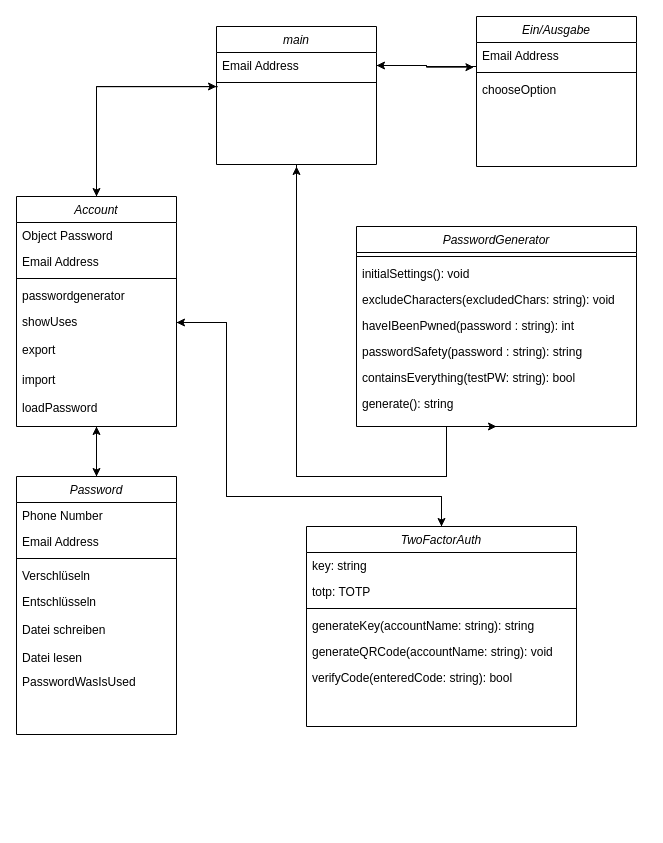
Before: Phython.drawio in DominikKien/PhythonProjekt, a draw.io diagram. Source tidied: cells renumbered, new cells numbered last; positions are measured from the earlier drawing's top-left corner, leaving out a move shared by most shapes. Both pictures are drawn from the tidied source at 100%, with x=0, y=0 at pixel (16, 16).
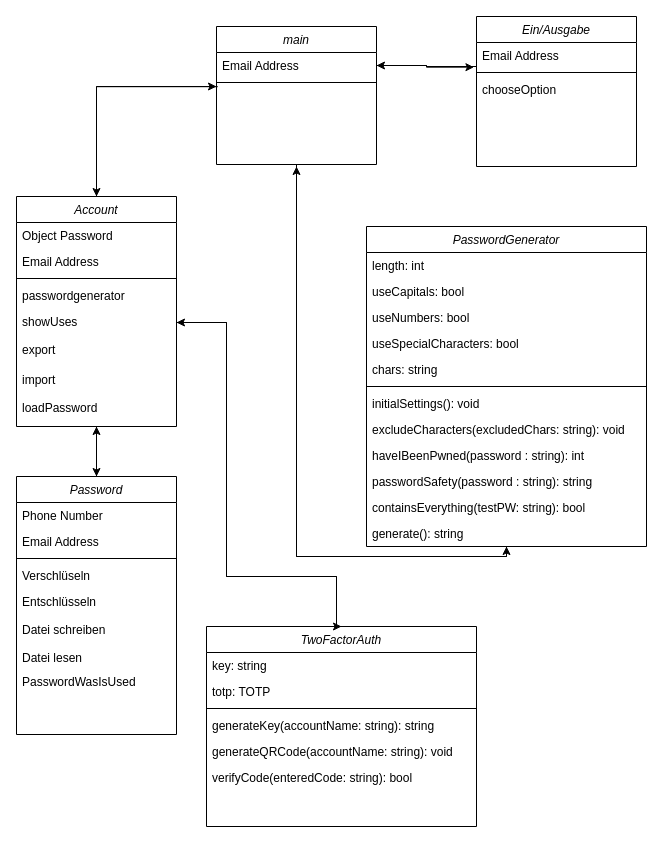
The same page after the edit.

The change refers to these unchanged cells:
```xml
<mxCell id="13" value="main" style="swimlane;fontStyle=2;align=center;verticalAlign=top;horizontal=1;startSize=26;rounded=0;shadow=0;strokeWidth=1;" parent="1" vertex="1">
  <mxGeometry x="200" y="10" width="160" height="138" as="geometry" />
</mxCell>
<mxCell id="32" value="showUses" style="text;align=left;verticalAlign=top;spacingLeft=4;spacingRight=4;overflow=hidden;points=[[0,0.5],[1,0.5]];portConstraint=eastwest;" parent="27" vertex="1">
  <mxGeometry y="112" width="160" height="28" as="geometry" />
</mxCell>
```

The edit, as a diff of the source:
```diff
@@
     <mxCell id="12" style="edgeStyle=orthogonalEdgeStyle;rounded=0;jettySize=auto;html=1;entryX=0.5;entryY=1;entryDx=0;entryDy=0;" parent="1" edge="1" source="13" target="17">
       <mxGeometry relative="1" as="geometry">
         <Array as="points">
-          <mxPoint x="280" y="460" />
-          <mxPoint x="430" y="460" />
-          <mxPoint x="430" y="410" />
+          <mxPoint x="280" y="540" />
+          <mxPoint x="490" y="540" />
         </Array>
       </mxGeometry>
     </mxCell>
@@
     <mxCell id="16" style="edgeStyle=orthogonalEdgeStyle;rounded=0;jettySize=auto;html=1;" parent="1" edge="1" source="17">
       <mxGeometry relative="1" as="geometry">
         <mxPoint x="280" y="150" as="targetPoint" />
         <Array as="points">
-          <mxPoint x="430" y="460" />
-          <mxPoint x="280" y="460" />
+          <mxPoint x="490" y="540" />
+          <mxPoint x="280" y="540" />
         </Array>
       </mxGeometry>
     </mxCell>
     <mxCell id="17" value="PasswordGenerator" style="swimlane;fontStyle=2;align=center;verticalAlign=top;horizontal=1;startSize=26;rounded=0;shadow=0;strokeWidth=1;" parent="1" vertex="1">
-      <mxGeometry x="340" y="210" width="280" height="200" as="geometry" />
+      <mxGeometry x="350" y="210" width="280" height="320" as="geometry" />
     </mxCell>
+    <mxCell id="52" value="length: int" style="text;align=left;verticalAlign=top;spacingLeft=4;spacingRight=4;overflow=hidden;" parent="17" vertex="1">
+      <mxGeometry y="26" width="280" height="26" as="geometry" />
+    </mxCell>
+    <mxCell id="53" value="useCapitals: bool" style="text;align=left;verticalAlign=top;spacingLeft=4;spacingRight=4;overflow=hidden;" parent="17" vertex="1">
+      <mxGeometry y="52" width="280" height="26" as="geometry" />
+    </mxCell>
+    <mxCell id="54" value="useNumbers: bool" style="text;align=left;verticalAlign=top;spacingLeft=4;spacingRight=4;overflow=hidden;" parent="17" vertex="1">
+      <mxGeometry y="78" width="280" height="26" as="geometry" />
+    </mxCell>
+    <mxCell id="55" value="useSpecialCharacters: bool" style="text;align=left;verticalAlign=top;spacingLeft=4;spacingRight=4;overflow=hidden;" parent="17" vertex="1">
+      <mxGeometry y="104" width="280" height="26" as="geometry" />
+    </mxCell>
+    <mxCell id="56" value="chars: string" style="text;align=left;verticalAlign=top;spacingLeft=4;spacingRight=4;overflow=hidden;" parent="17" vertex="1">
+      <mxGeometry y="130" width="280" height="26" as="geometry" />
+    </mxCell>
     <mxCell id="18" style="line;html=1;strokeWidth=1;align=left;verticalAlign=middle;spacingTop=-1;spacingLeft=3;spacingRight=3;labelPosition=right;" parent="17" vertex="1">
-      <mxGeometry y="26" width="280" height="8" as="geometry" />
+      <mxGeometry y="156" width="280" height="8" as="geometry" />
     </mxCell>
     <mxCell id="19" value="initialSettings(): void" style="text;align=left;verticalAlign=top;spacingLeft=4;spacingRight=4;overflow=hidden;" parent="17" vertex="1">
-      <mxGeometry y="34" width="280" height="26" as="geometry" />
+      <mxGeometry y="164" width="280" height="26" as="geometry" />
     </mxCell>
     <mxCell id="20" value="excludeCharacters(excludedChars: string): void" style="text;align=left;verticalAlign=top;spacingLeft=4;spacingRight=4;overflow=hidden;" parent="17" vertex="1">
-      <mxGeometry y="60" width="280" height="26" as="geometry" />
+      <mxGeometry y="190" width="280" height="26" as="geometry" />
     </mxCell>
     <mxCell id="21" value="haveIBeenPwned(password : string): int" style="text;align=left;verticalAlign=top;spacingLeft=4;spacingRight=4;overflow=hidden;" parent="17" vertex="1">
-      <mxGeometry y="86" width="280" height="26" as="geometry" />
+      <mxGeometry y="216" width="280" height="26" as="geometry" />
     </mxCell>
     <mxCell id="22" value="passwordSafety(password : string): string" style="text;align=left;verticalAlign=top;spacingLeft=4;spacingRight=4;overflow=hidden;" parent="17" vertex="1">
-      <mxGeometry y="112" width="280" height="26" as="geometry" />
+      <mxGeometry y="242" width="280" height="26" as="geometry" />
     </mxCell>
     <mxCell id="23" value="containsEverything(testPW: string): bool" style="text;align=left;verticalAlign=top;spacingLeft=4;spacingRight=4;overflow=hidden;" parent="17" vertex="1">
-      <mxGeometry y="138" width="280" height="26" as="geometry" />
+      <mxGeometry y="268" width="280" height="26" as="geometry" />
     </mxCell>
     <mxCell id="24" value="generate(): string" style="text;align=left;verticalAlign=top;spacingLeft=4;spacingRight=4;overflow=hidden;" parent="17" vertex="1">
-      <mxGeometry y="164" width="280" height="26" as="geometry" />
+      <mxGeometry y="294" width="280" height="26" as="geometry" />
     </mxCell>
@@
     <mxCell id="43" style="edgeStyle=orthogonalEdgeStyle;rounded=0;jettySize=auto;html=1;exitX=0.5;exitY=0;exitDx=0;exitDy=0;entryX=1;entryY=0.5;entryDx=0;entryDy=0;" parent="1" edge="1" source="44" target="32">
       <mxGeometry relative="1" as="geometry">
         <Array as="points">
-          <mxPoint x="425" y="480" />
-          <mxPoint x="210" y="480" />
+          <mxPoint x="320" y="610" />
+          <mxPoint x="320" y="560" />
+          <mxPoint x="210" y="560" />
           <mxPoint x="210" y="306" />
         </Array>
       </mxGeometry>
     </mxCell>
     <mxCell id="44" value="TwoFactorAuth" style="swimlane;fontStyle=2;align=center;verticalAlign=top;horizontal=1;startSize=26;rounded=0;shadow=0;strokeWidth=1;" parent="1" vertex="1">
-      <mxGeometry x="290" y="510" width="270" height="200" as="geometry" />
+      <mxGeometry x="190" y="610" width="270" height="200" as="geometry" />
     </mxCell>
@@
     <mxCell id="51" style="edgeStyle=orthogonalEdgeStyle;rounded=0;jettySize=auto;html=1;exitX=1;exitY=0.5;exitDx=0;exitDy=0;entryX=0.5;entryY=0;entryDx=0;entryDy=0;" parent="1" edge="1" source="32" target="44">
       <mxGeometry relative="1" as="geometry">
         <Array as="points">
           <mxPoint x="210" y="306" />
-          <mxPoint x="210" y="480" />
-          <mxPoint x="425" y="480" />
+          <mxPoint x="210" y="560" />
+          <mxPoint x="320" y="560" />
+          <mxPoint x="320" y="610" />
         </Array>
       </mxGeometry>
     </mxCell>
```
